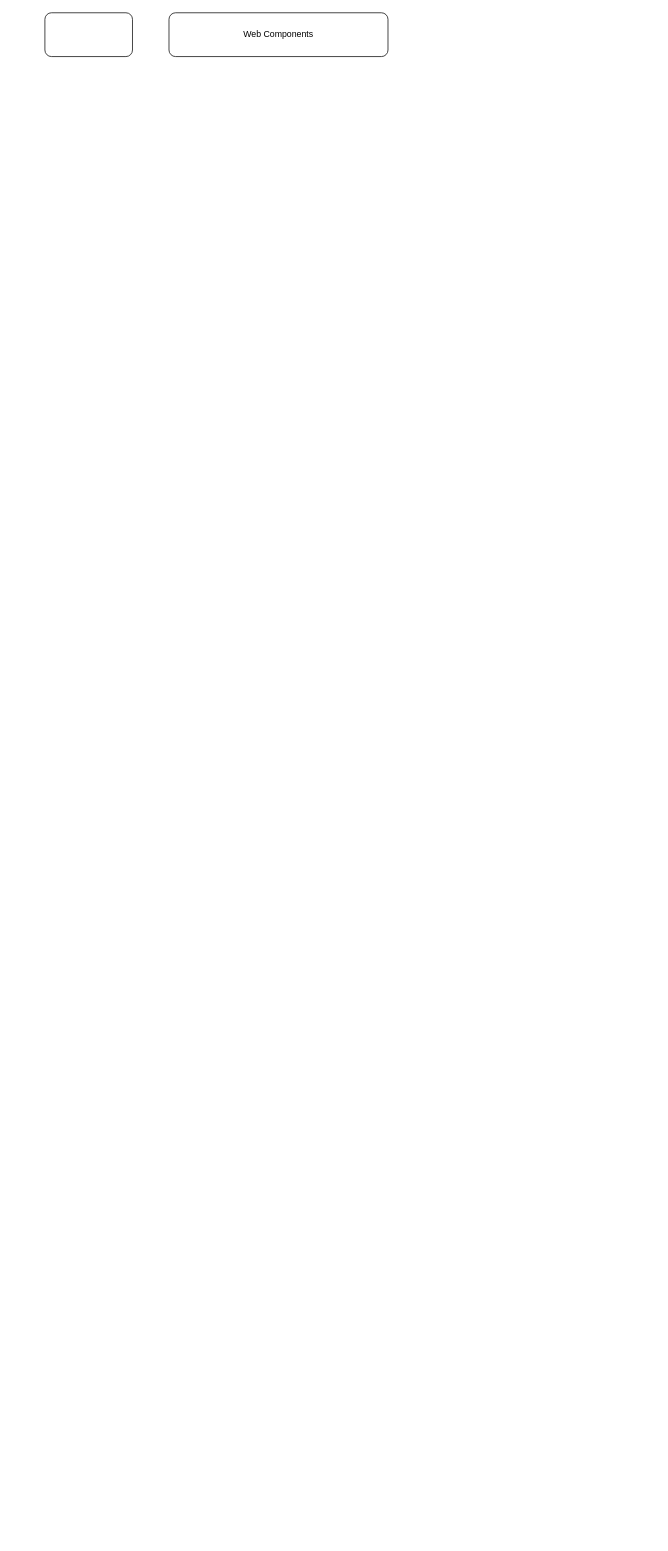
Aplicaciones-Web-Avanzadas-2022-A-Soft/wa-eguez-sarzosa-vicente-adrian keeps this draw.io diagram as page "Clase 11" (5 of 5) of web-avanzada.drawio. Above is the earlier version. Source tidied: cells renumbered, new cells numbered last; positions are measured from the earlier drawing's top-left corner, leaving out a move shared by most shapes. Both pictures are drawn from the tidied source at 73%, with x=0, y=0 at pixel (45, 12).
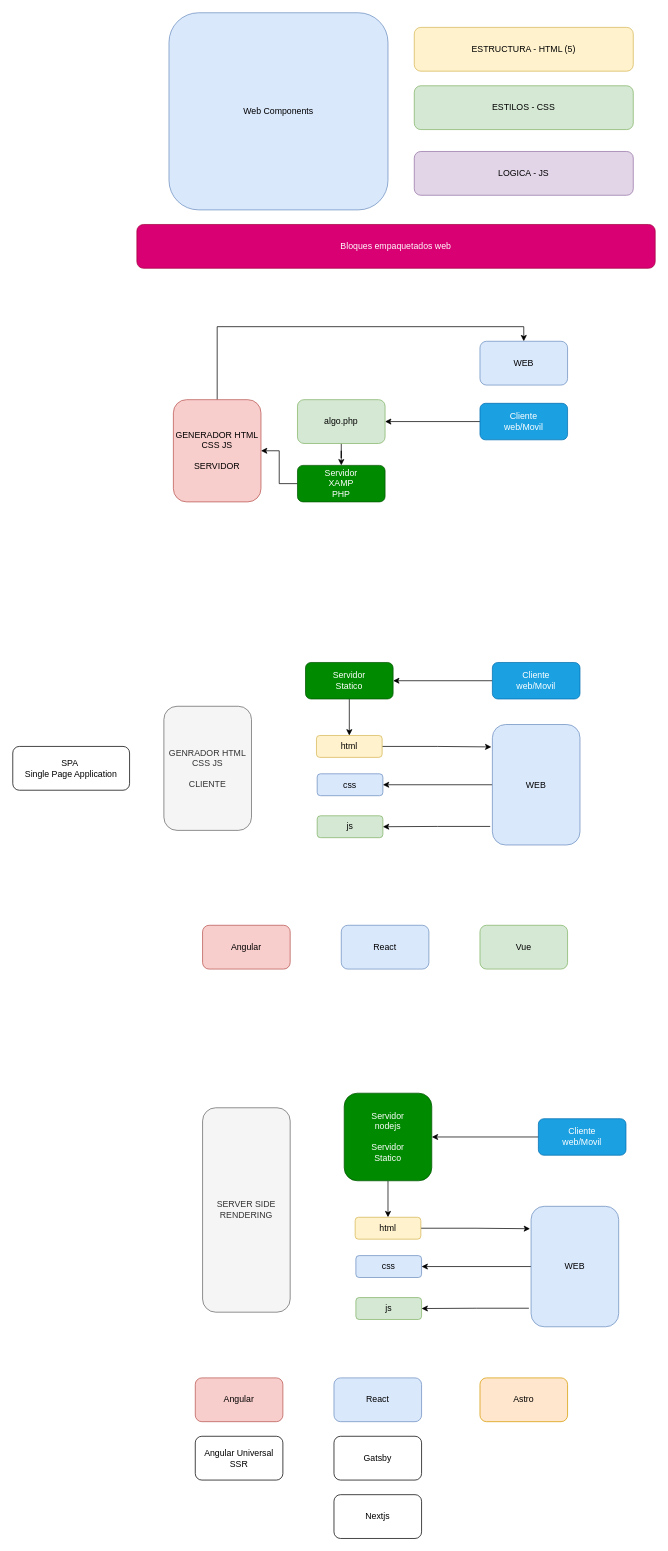
Above is the later version.

Commit message:
hasta conceptos

What changed in the source:
```diff
@@
-    <mxCell id="2" style="rounded=1;whiteSpace=wrap;html=1;" parent="1" vertex="1">
-      <mxGeometry width="120" height="60" as="geometry" />
-    </mxCell>
-    <mxCell id="3" value="Web Components" style="rounded=1;whiteSpace=wrap;html=1;" parent="1" vertex="1">
-      <mxGeometry x="170" width="300" height="60" as="geometry" />
+    <mxCell id="3" value="Web Components" style="rounded=1;whiteSpace=wrap;html=1;fillColor=#dae8fc;strokeColor=#6c8ebf;" parent="1" vertex="1">
+      <mxGeometry x="170" width="300" height="270" as="geometry" />
     </mxCell>
+    <mxCell id="4" value="ESTRUCTURA - HTML (5)" style="rounded=1;whiteSpace=wrap;html=1;fillColor=#fff2cc;strokeColor=#d6b656;" parent="1" vertex="1">
+      <mxGeometry x="506" y="20" width="300" height="60" as="geometry" />
+    </mxCell>
+    <mxCell id="5" value="ESTILOS - CSS" style="rounded=1;whiteSpace=wrap;html=1;fillColor=#d5e8d4;strokeColor=#82b366;" parent="1" vertex="1">
+      <mxGeometry x="506" y="100" width="300" height="60" as="geometry" />
+    </mxCell>
+    <mxCell id="6" value="LOGICA - JS" style="rounded=1;whiteSpace=wrap;html=1;fillColor=#e1d5e7;strokeColor=#9673a6;" parent="1" vertex="1">
+      <mxGeometry x="506" y="190" width="300" height="60" as="geometry" />
+    </mxCell>
+    <mxCell id="7" value="Bloques empaquetados web" style="rounded=1;whiteSpace=wrap;html=1;fillColor=#d80073;fontColor=#ffffff;strokeColor=#A50040;" parent="1" vertex="1">
+      <mxGeometry x="126" y="290" width="710" height="60" as="geometry" />
+    </mxCell>
+    <mxCell id="8" style="edgeStyle=orthogonalEdgeStyle;rounded=0;jettySize=auto;html=1;entryX=0.5;entryY=0;entryDx=0;entryDy=0;exitX=0.5;exitY=0;exitDx=0;exitDy=0;" parent="1" edge="1" source="9" target="13">
+      <mxGeometry relative="1" as="geometry" />
+    </mxCell>
+    <mxCell id="9" value="GENERADOR HTML CSS JS&lt;br&gt;&lt;br&gt;SERVIDOR" style="rounded=1;whiteSpace=wrap;html=1;fillColor=#f8cecc;strokeColor=#b85450;" parent="1" vertex="1">
+      <mxGeometry x="176" y="530" width="120" height="140" as="geometry" />
+    </mxCell>
+    <mxCell id="10" value="GENRADOR HTML CSS JS&lt;br&gt;&lt;br&gt;CLIENTE" style="rounded=1;whiteSpace=wrap;html=1;fillColor=#f5f5f5;fontColor=#333333;strokeColor=#666666;" parent="1" vertex="1">
+      <mxGeometry x="163" y="950" width="120" height="170" as="geometry" />
+    </mxCell>
+    <mxCell id="11" style="edgeStyle=orthogonalEdgeStyle;rounded=0;jettySize=auto;html=1;entryX=0.5;entryY=0;entryDx=0;entryDy=0;" parent="1" edge="1" source="12" target="15">
+      <mxGeometry relative="1" as="geometry" />
+    </mxCell>
+    <mxCell id="12" value="algo.php" style="rounded=1;whiteSpace=wrap;html=1;fillColor=#d5e8d4;strokeColor=#82b366;" parent="1" vertex="1">
+      <mxGeometry x="346" y="530" width="120" height="60" as="geometry" />
+    </mxCell>
+    <mxCell id="13" value="WEB" style="rounded=1;whiteSpace=wrap;html=1;fillColor=#dae8fc;strokeColor=#6c8ebf;" parent="1" vertex="1">
+      <mxGeometry x="596" y="450" width="120" height="60" as="geometry" />
+    </mxCell>
+    <mxCell id="14" style="edgeStyle=orthogonalEdgeStyle;rounded=0;jettySize=auto;html=1;" parent="1" edge="1" source="15" target="9">
+      <mxGeometry relative="1" as="geometry" />
+    </mxCell>
+    <mxCell id="15" value="Servidor&lt;br&gt;XAMP&lt;br&gt;PHP" style="rounded=1;whiteSpace=wrap;html=1;fillColor=#008a00;fontColor=#ffffff;strokeColor=#005700;" parent="1" vertex="1">
+      <mxGeometry x="346" y="620" width="120" height="50" as="geometry" />
+    </mxCell>
+    <mxCell id="16" style="edgeStyle=orthogonalEdgeStyle;rounded=0;jettySize=auto;html=1;" parent="1" edge="1" source="17" target="12">
+      <mxGeometry relative="1" as="geometry" />
+    </mxCell>
+    <mxCell id="17" value="Cliente&lt;br&gt;web/Movil" style="rounded=1;whiteSpace=wrap;html=1;fillColor=#1ba1e2;fontColor=#ffffff;strokeColor=#006EAF;" parent="1" vertex="1">
+      <mxGeometry x="596" y="535" width="120" height="50" as="geometry" />
+    </mxCell>
+    <mxCell id="18" style="edgeStyle=orthogonalEdgeStyle;rounded=0;jettySize=auto;html=1;entryX=1;entryY=0.5;entryDx=0;entryDy=0;" parent="1" edge="1" source="19" target="21">
+      <mxGeometry relative="1" as="geometry" />
+    </mxCell>
+    <mxCell id="19" value="Cliente&lt;br&gt;web/Movil" style="rounded=1;whiteSpace=wrap;html=1;fillColor=#1ba1e2;fontColor=#ffffff;strokeColor=#006EAF;" parent="1" vertex="1">
+      <mxGeometry x="613" y="890" width="120" height="50" as="geometry" />
+    </mxCell>
+    <mxCell id="20" style="edgeStyle=orthogonalEdgeStyle;rounded=0;jettySize=auto;html=1;" parent="1" edge="1" source="21" target="23">
+      <mxGeometry relative="1" as="geometry" />
+    </mxCell>
+    <mxCell id="21" value="Servidor&lt;br&gt;Statico" style="rounded=1;whiteSpace=wrap;html=1;fillColor=#008a00;fontColor=#ffffff;strokeColor=#005700;" parent="1" vertex="1">
+      <mxGeometry x="357" y="890" width="120" height="50" as="geometry" />
+    </mxCell>
+    <mxCell id="22" style="edgeStyle=orthogonalEdgeStyle;rounded=0;jettySize=auto;html=1;entryX=-0.012;entryY=0.186;entryDx=0;entryDy=0;entryPerimeter=0;" parent="1" edge="1" source="23" target="28">
+      <mxGeometry relative="1" as="geometry" />
+    </mxCell>
+    <mxCell id="23" value="html" style="rounded=1;whiteSpace=wrap;html=1;fillColor=#fff2cc;strokeColor=#d6b656;" parent="1" vertex="1">
+      <mxGeometry x="372" y="990" width="90" height="30" as="geometry" />
+    </mxCell>
+    <mxCell id="24" value="css" style="rounded=1;whiteSpace=wrap;html=1;fillColor=#dae8fc;strokeColor=#6c8ebf;" parent="1" vertex="1">
+      <mxGeometry x="373" y="1042.5" width="90" height="30" as="geometry" />
+    </mxCell>
+    <mxCell id="25" value="js" style="rounded=1;whiteSpace=wrap;html=1;fillColor=#d5e8d4;strokeColor=#82b366;" parent="1" vertex="1">
+      <mxGeometry x="373" y="1100" width="90" height="30" as="geometry" />
+    </mxCell>
+    <mxCell id="26" style="edgeStyle=orthogonalEdgeStyle;rounded=0;jettySize=auto;html=1;entryX=1;entryY=0.5;entryDx=0;entryDy=0;" parent="1" edge="1" source="28" target="24">
+      <mxGeometry relative="1" as="geometry" />
+    </mxCell>
+    <mxCell id="27" style="edgeStyle=orthogonalEdgeStyle;rounded=0;jettySize=auto;html=1;entryX=1;entryY=0.5;entryDx=0;entryDy=0;exitX=-0.025;exitY=0.846;exitDx=0;exitDy=0;exitPerimeter=0;" parent="1" edge="1" source="28" target="25">
+      <mxGeometry relative="1" as="geometry" />
+    </mxCell>
+    <mxCell id="28" value="WEB" style="rounded=1;whiteSpace=wrap;html=1;fillColor=#dae8fc;strokeColor=#6c8ebf;" parent="1" vertex="1">
+      <mxGeometry x="613" y="975" width="120" height="165" as="geometry" />
+    </mxCell>
+    <mxCell id="29" value="Angular" style="rounded=1;whiteSpace=wrap;html=1;fillColor=#f8cecc;strokeColor=#b85450;" parent="1" vertex="1">
+      <mxGeometry x="216" y="1250" width="120" height="60" as="geometry" />
+    </mxCell>
+    <mxCell id="30" value="React" style="rounded=1;whiteSpace=wrap;html=1;fillColor=#dae8fc;strokeColor=#6c8ebf;" parent="1" vertex="1">
+      <mxGeometry x="406" y="1250" width="120" height="60" as="geometry" />
+    </mxCell>
+    <mxCell id="31" value="Vue" style="rounded=1;whiteSpace=wrap;html=1;fillColor=#d5e8d4;strokeColor=#82b366;" parent="1" vertex="1">
+      <mxGeometry x="596" y="1250" width="120" height="60" as="geometry" />
+    </mxCell>
+    <mxCell id="32" value="SERVER SIDE RENDERING" style="rounded=1;whiteSpace=wrap;html=1;fillColor=#f5f5f5;fontColor=#333333;strokeColor=#666666;" parent="1" vertex="1">
+      <mxGeometry x="216" y="1500" width="120" height="280" as="geometry" />
+    </mxCell>
+    <mxCell id="33" style="edgeStyle=orthogonalEdgeStyle;rounded=0;jettySize=auto;html=1;entryX=1;entryY=0.5;entryDx=0;entryDy=0;" parent="1" edge="1" source="34" target="36">
+      <mxGeometry relative="1" as="geometry" />
+    </mxCell>
+    <mxCell id="34" value="Cliente&lt;br&gt;web/Movil" style="rounded=1;whiteSpace=wrap;html=1;fillColor=#1ba1e2;fontColor=#ffffff;strokeColor=#006EAF;" parent="1" vertex="1">
+      <mxGeometry x="676" y="1515" width="120" height="50" as="geometry" />
+    </mxCell>
+    <mxCell id="35" style="edgeStyle=orthogonalEdgeStyle;rounded=0;jettySize=auto;html=1;" parent="1" edge="1" source="36" target="38">
+      <mxGeometry relative="1" as="geometry" />
+    </mxCell>
+    <mxCell id="36" value="Servidor&lt;br&gt;nodejs&lt;br&gt;&lt;br&gt;Servidor&lt;br&gt;Statico" style="rounded=1;whiteSpace=wrap;html=1;fillColor=#008a00;fontColor=#ffffff;strokeColor=#005700;" parent="1" vertex="1">
+      <mxGeometry x="410" y="1480" width="120" height="120" as="geometry" />
+    </mxCell>
+    <mxCell id="37" style="edgeStyle=orthogonalEdgeStyle;rounded=0;jettySize=auto;html=1;entryX=-0.012;entryY=0.186;entryDx=0;entryDy=0;entryPerimeter=0;" parent="1" edge="1" source="38" target="43">
+      <mxGeometry relative="1" as="geometry" />
+    </mxCell>
+    <mxCell id="38" value="html" style="rounded=1;whiteSpace=wrap;html=1;fillColor=#fff2cc;strokeColor=#d6b656;" parent="1" vertex="1">
+      <mxGeometry x="425" y="1650" width="90" height="30" as="geometry" />
+    </mxCell>
+    <mxCell id="39" value="css" style="rounded=1;whiteSpace=wrap;html=1;fillColor=#dae8fc;strokeColor=#6c8ebf;" parent="1" vertex="1">
+      <mxGeometry x="426" y="1702.5" width="90" height="30" as="geometry" />
+    </mxCell>
+    <mxCell id="40" value="js" style="rounded=1;whiteSpace=wrap;html=1;fillColor=#d5e8d4;strokeColor=#82b366;" parent="1" vertex="1">
+      <mxGeometry x="426" y="1760" width="90" height="30" as="geometry" />
+    </mxCell>
+    <mxCell id="41" style="edgeStyle=orthogonalEdgeStyle;rounded=0;jettySize=auto;html=1;entryX=1;entryY=0.5;entryDx=0;entryDy=0;" parent="1" edge="1" source="43" target="39">
+      <mxGeometry relative="1" as="geometry" />
+    </mxCell>
+    <mxCell id="42" style="edgeStyle=orthogonalEdgeStyle;rounded=0;jettySize=auto;html=1;entryX=1;entryY=0.5;entryDx=0;entryDy=0;exitX=-0.025;exitY=0.846;exitDx=0;exitDy=0;exitPerimeter=0;" parent="1" edge="1" source="43" target="40">
+      <mxGeometry relative="1" as="geometry" />
+    </mxCell>
+    <mxCell id="43" value="WEB" style="rounded=1;whiteSpace=wrap;html=1;fillColor=#dae8fc;strokeColor=#6c8ebf;" parent="1" vertex="1">
+      <mxGeometry x="666" y="1635" width="120" height="165" as="geometry" />
+    </mxCell>
+    <mxCell id="44" value="Angular" style="rounded=1;whiteSpace=wrap;html=1;fillColor=#f8cecc;strokeColor=#b85450;" parent="1" vertex="1">
+      <mxGeometry x="206" y="1870" width="120" height="60" as="geometry" />
+    </mxCell>
+    <mxCell id="45" value="React" style="rounded=1;whiteSpace=wrap;html=1;fillColor=#dae8fc;strokeColor=#6c8ebf;" parent="1" vertex="1">
+      <mxGeometry x="396" y="1870" width="120" height="60" as="geometry" />
+    </mxCell>
+    <mxCell id="46" value="Angular Universal SSR" style="rounded=1;whiteSpace=wrap;html=1;fontColor=none;" parent="1" vertex="1">
+      <mxGeometry x="206" y="1950" width="120" height="60" as="geometry" />
+    </mxCell>
+    <mxCell id="47" value="Gatsby" style="rounded=1;whiteSpace=wrap;html=1;fontColor=none;" parent="1" vertex="1">
+      <mxGeometry x="396" y="1950" width="120" height="60" as="geometry" />
+    </mxCell>
+    <mxCell id="48" value="Nextjs" style="rounded=1;whiteSpace=wrap;html=1;fontColor=none;" parent="1" vertex="1">
+      <mxGeometry x="396" y="2030" width="120" height="60" as="geometry" />
+    </mxCell>
+    <mxCell id="49" value="Astro" style="rounded=1;whiteSpace=wrap;html=1;fillColor=#ffe6cc;strokeColor=#d79b00;" parent="1" vertex="1">
+      <mxGeometry x="596" y="1870" width="120" height="60" as="geometry" />
+    </mxCell>
+    <mxCell id="50" value="SPA&amp;nbsp;&lt;br&gt;Single Page Application" style="rounded=1;whiteSpace=wrap;html=1;fontColor=none;" parent="1" vertex="1">
+      <mxGeometry x="-44" y="1005" width="160" height="60" as="geometry" />
+    </mxCell>
```
